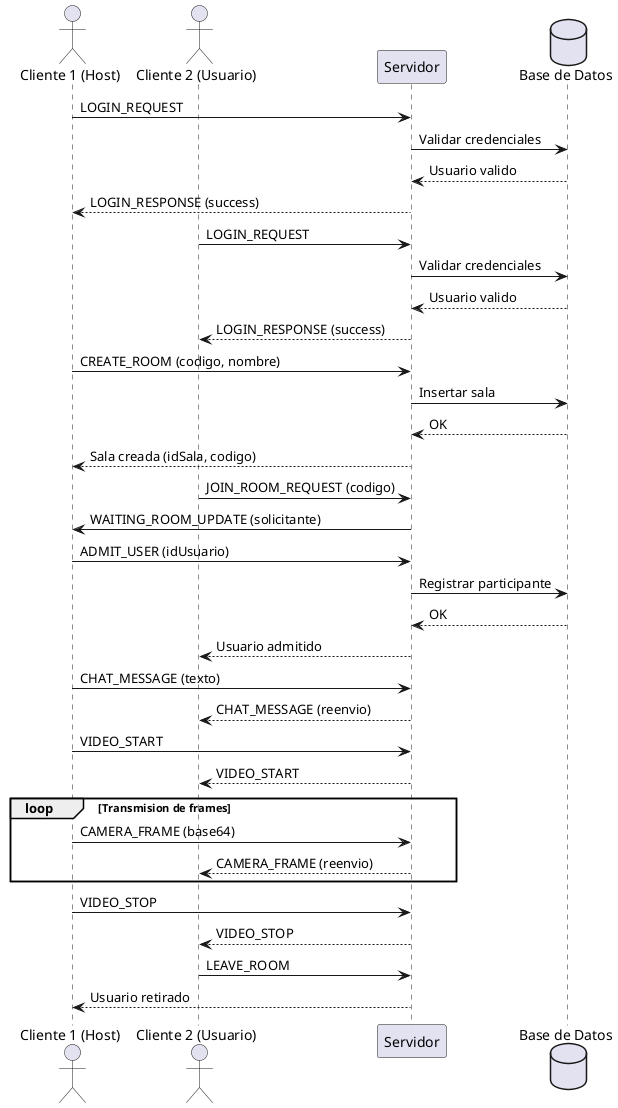
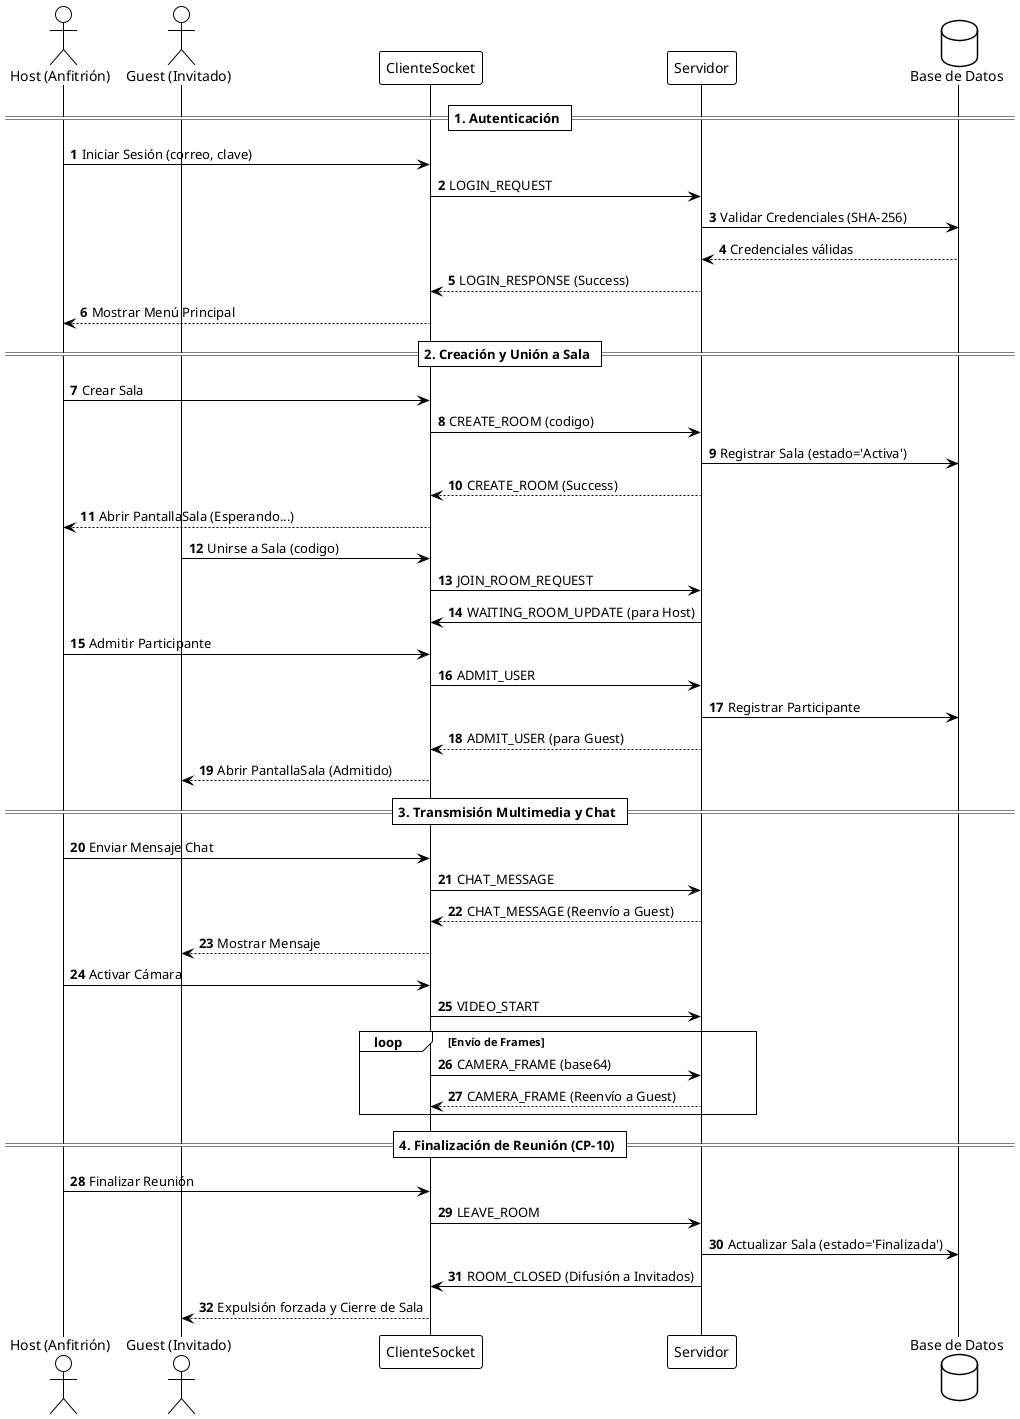
@startuml
- actor "Cliente 1 (Host)" as C1
- actor "Cliente 2 (Usuario)" as C2
- participant Servidor
- database "Base de Datos" as BD
+ !theme plain
+ autonumber

- C1 -> Servidor: LOGIN_REQUEST
- Servidor -> BD: Validar credenciales
- BD --> Servidor: Usuario valido
- Servidor --> C1: LOGIN_RESPONSE (success)
+ actor "Host (Anfitrión)" as H
+ actor "Guest (Invitado)" as G
+ participant "ClienteSocket" as CS
+ participant "Servidor" as S
+ database "Base de Datos" as DB

- C2 -> Servidor: LOGIN_REQUEST
- Servidor -> BD: Validar credenciales
- BD --> Servidor: Usuario valido
- Servidor --> C2: LOGIN_RESPONSE (success)
+ == 1. Autenticación ==
+ H -> CS: Iniciar Sesión (correo, clave)
+ CS -> S: LOGIN_REQUEST
+ S -> DB: Validar Credenciales (SHA-256)
+ DB --> S: Credenciales válidas
+ S --> CS: LOGIN_RESPONSE (Success)
+ CS --> H: Mostrar Menú Principal

- C1 -> Servidor: CREATE_ROOM (codigo, nombre)
- Servidor -> BD: Insertar sala
- BD --> Servidor: OK
- Servidor --> C1: Sala creada (idSala, codigo)
+ == 2. Creación y Unión a Sala ==
+ H -> CS: Crear Sala
+ CS -> S: CREATE_ROOM (codigo)
+ S -> DB: Registrar Sala (estado='Activa')
+ S --> CS: CREATE_ROOM (Success)
+ CS --> H: Abrir PantallaSala (Esperando...)

- C2 -> Servidor: JOIN_ROOM_REQUEST (codigo)
- Servidor -> C1: WAITING_ROOM_UPDATE (solicitante)
- C1 -> Servidor: ADMIT_USER (idUsuario)
- Servidor -> BD: Registrar participante
- BD --> Servidor: OK
- Servidor --> C2: Usuario admitido
+ G -> CS: Unirse a Sala (codigo)
+ CS -> S: JOIN_ROOM_REQUEST
+ S -> CS: WAITING_ROOM_UPDATE (para Host)
+ H -> CS: Admitir Participante
+ CS -> S: ADMIT_USER
+ S -> DB: Registrar Participante
+ S --> CS: ADMIT_USER (para Guest)
+ CS --> G: Abrir PantallaSala (Admitido)

- C1 -> Servidor: CHAT_MESSAGE (texto)
- Servidor --> C2: CHAT_MESSAGE (reenvio)
+ == 3. Transmisión Multimedia y Chat ==
+ H -> CS: Enviar Mensaje Chat
+ CS -> S: CHAT_MESSAGE
+ S --> CS: CHAT_MESSAGE (Reenvío a Guest)
+ CS --> G: Mostrar Mensaje

- C1 -> Servidor: VIDEO_START
- Servidor --> C2: VIDEO_START
- loop Transmision de frames
-   C1 -> Servidor: CAMERA_FRAME (base64)
-   Servidor --> C2: CAMERA_FRAME (reenvio)
+ H -> CS: Activar Cámara
+ CS -> S: VIDEO_START
+ loop Envío de Frames
+   CS -> S: CAMERA_FRAME (base64)
+   S --> CS: CAMERA_FRAME (Reenvío a Guest)
end
- C1 -> Servidor: VIDEO_STOP
- Servidor --> C2: VIDEO_STOP

- C2 -> Servidor: LEAVE_ROOM
- Servidor --> C1: Usuario retirado
+ == 4. Finalización de Reunión (CP-10) ==
+ H -> CS: Finalizar Reunión
+ CS -> S: LEAVE_ROOM
+ S -> DB: Actualizar Sala (estado='Finalizada')
+ S -> CS: ROOM_CLOSED (Difusión a Invitados)
+ CS --> G: Expulsión forzada y Cierre de Sala
@enduml
